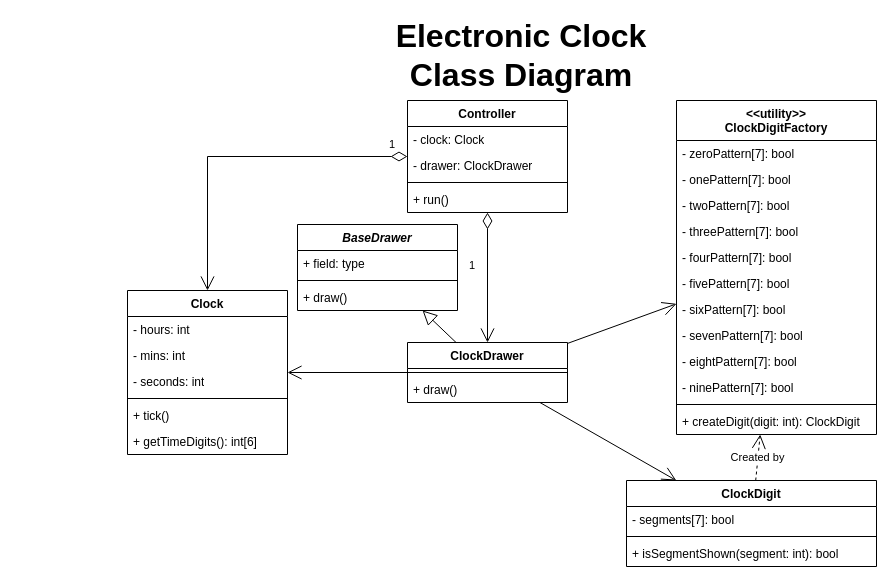
Above: ElectronicClock/uml-classes.drawio in ZipS1/ElectronicClock (draw.io), before the change. Source tidied: cells renumbered, new cells numbered last; positions are measured from the earlier drawing's top-left corner, leaving out a move shared by most shapes. Both pictures are drawn from the tidied source at 100%, with x=0, y=0 at pixel (127, 20).
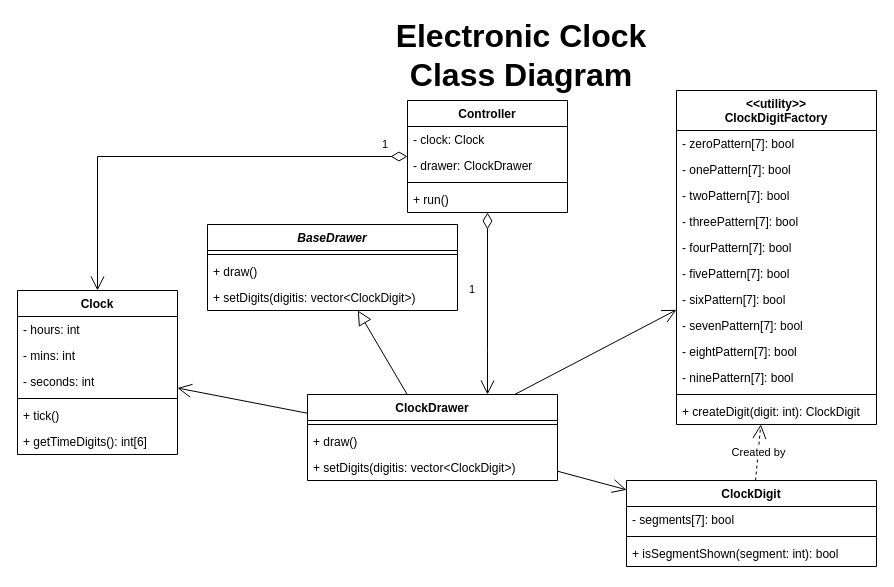
The same page after the edit.

Unchanged cells that the change refers to:
```xml
<mxCell id="34" value="Controller" style="swimlane;fontStyle=1;align=center;verticalAlign=top;horizontal=1;startSize=26;whiteSpace=wrap;html=1;" parent="1" vertex="1">
  <mxGeometry x="280" y="80" width="160" height="112" as="geometry" />
</mxCell>
```

The edit, as a diff of the source:
```diff
@@
     <mxCell id="3" value="Clock" style="swimlane;fontStyle=1;align=center;verticalAlign=top;horizontal=1;startSize=26;whiteSpace=wrap;html=1;" parent="1" vertex="1">
-      <mxGeometry y="270" width="160" height="164" as="geometry" />
+      <mxGeometry x="-110" y="270" width="160" height="164" as="geometry" />
     </mxCell>
@@
     <mxCell id="11" value="ClockDrawer" style="swimlane;fontStyle=1;align=center;verticalAlign=top;horizontal=1;startSize=26;whiteSpace=wrap;html=1;" parent="1" vertex="1">
-      <mxGeometry x="280" y="322" width="160" height="60" as="geometry" />
+      <mxGeometry x="180" y="374" width="250" height="86" as="geometry" />
     </mxCell>
     <mxCell id="12" style="line;strokeWidth=1;fillColor=none;align=left;verticalAlign=middle;spacingTop=-1;spacingLeft=3;spacingRight=3;labelPosition=right;strokeColor=inherit;" parent="11" vertex="1">
-      <mxGeometry y="26" width="160" height="8" as="geometry" />
+      <mxGeometry y="26" width="250" height="8" as="geometry" />
     </mxCell>
     <mxCell id="13" value="+ draw()" style="text;strokeColor=none;fillColor=none;align=left;verticalAlign=top;spacingLeft=4;spacingRight=4;overflow=hidden;whiteSpace=wrap;html=1;" parent="11" vertex="1">
-      <mxGeometry y="34" width="160" height="26" as="geometry" />
+      <mxGeometry y="34" width="250" height="26" as="geometry" />
     </mxCell>
+    <mxCell id="46" value="+ setDigits(digitis: vector&amp;lt;ClockDigit&amp;gt;)" style="text;strokeColor=none;fillColor=none;align=left;verticalAlign=top;spacingLeft=4;spacingRight=4;overflow=hidden;whiteSpace=wrap;html=1;" parent="11" vertex="1">
+      <mxGeometry y="60" width="250" height="26" as="geometry" />
+    </mxCell>
@@
     <mxCell id="18" value="&amp;lt;&amp;lt;utility&amp;gt;&amp;gt;&lt;br&gt;ClockDigitFactory" style="swimlane;fontStyle=1;align=center;verticalAlign=top;horizontal=1;startSize=40;whiteSpace=wrap;html=1;" parent="1" vertex="1">
-      <mxGeometry x="549" y="80" width="200" height="334" as="geometry" />
+      <mxGeometry x="549" y="70" width="200" height="334" as="geometry" />
     </mxCell>
@@
     <mxCell id="40" value="1" style="endArrow=open;html=1;endSize=12;startArrow=diamondThin;startSize=14;startFill=0;edgeStyle=orthogonalEdgeStyle;align=left;verticalAlign=bottom;rounded=0;" parent="1" edge="1" source="34" target="11">
-      <mxGeometry x="-0.05" y="-20" relative="1" as="geometry" />
+      <mxGeometry x="-0.05" y="-20" relative="1" as="geometry">
+        <Array as="points">
+          <mxPoint x="360" y="330" />
+          <mxPoint x="360" y="330" />
+        </Array>
+      </mxGeometry>
     </mxCell>
     <mxCell id="41" value="&lt;i&gt;BaseDrawer&lt;/i&gt;" style="swimlane;fontStyle=1;align=center;verticalAlign=top;horizontal=1;startSize=26;whiteSpace=wrap;html=1;" parent="1" vertex="1">
-      <mxGeometry x="170" y="204" width="160" height="86" as="geometry" />
+      <mxGeometry x="80" y="204" width="250" height="86" as="geometry" />
     </mxCell>
-    <mxCell id="42" value="+ field: type" style="text;strokeColor=none;fillColor=none;align=left;verticalAlign=top;spacingLeft=4;spacingRight=4;overflow=hidden;whiteSpace=wrap;html=1;" parent="41" vertex="1">
-      <mxGeometry y="26" width="160" height="26" as="geometry" />
-    </mxCell>
     <mxCell id="43" style="line;strokeWidth=1;fillColor=none;align=left;verticalAlign=middle;spacingTop=-1;spacingLeft=3;spacingRight=3;labelPosition=right;strokeColor=inherit;" parent="41" vertex="1">
-      <mxGeometry y="52" width="160" height="8" as="geometry" />
+      <mxGeometry y="26" width="250" height="8" as="geometry" />
     </mxCell>
     <mxCell id="44" value="+ draw()" style="text;strokeColor=none;fillColor=none;align=left;verticalAlign=top;spacingLeft=4;spacingRight=4;overflow=hidden;whiteSpace=wrap;html=1;" parent="41" vertex="1">
-      <mxGeometry y="60" width="160" height="26" as="geometry" />
+      <mxGeometry y="34" width="250" height="26" as="geometry" />
     </mxCell>
+    <mxCell id="47" value="+ setDigits(digitis: vector&amp;lt;ClockDigit&amp;gt;)" style="text;strokeColor=none;fillColor=none;align=left;verticalAlign=top;spacingLeft=4;spacingRight=4;overflow=hidden;whiteSpace=wrap;html=1;" parent="41" vertex="1">
+      <mxGeometry y="60" width="250" height="26" as="geometry" />
+    </mxCell>
```
